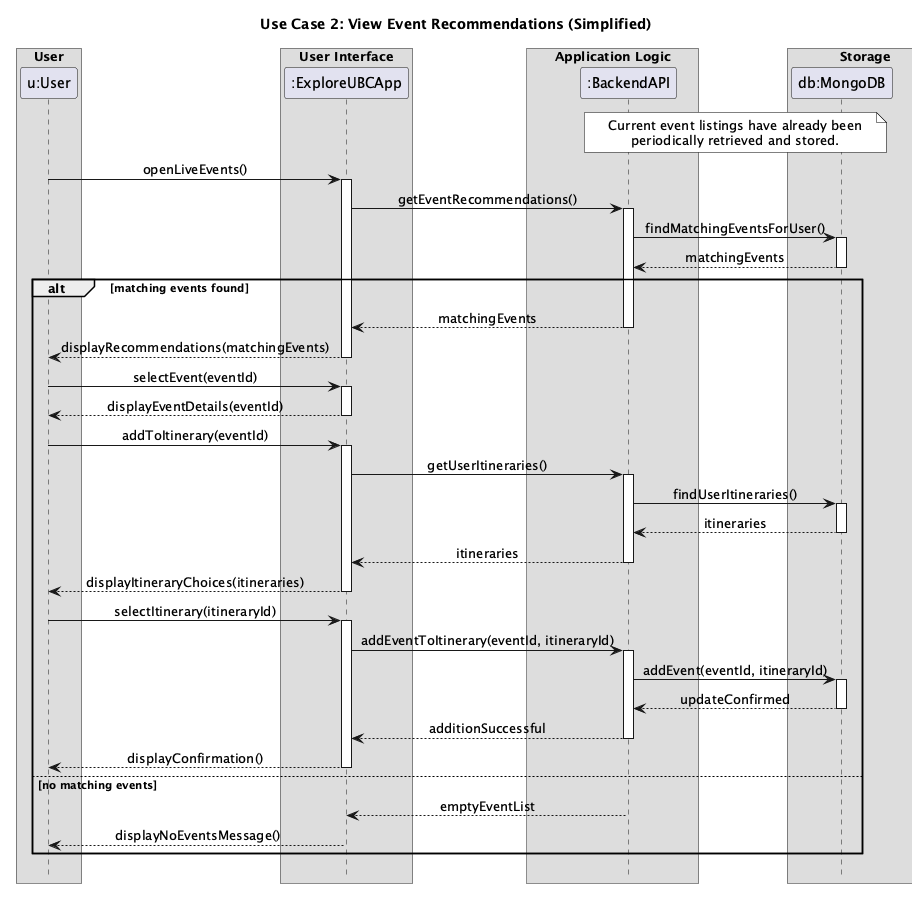
Above: documentation/images/view_events_simplified.png in islamhampriv/ExploreUBC (PlantUML), before the change.
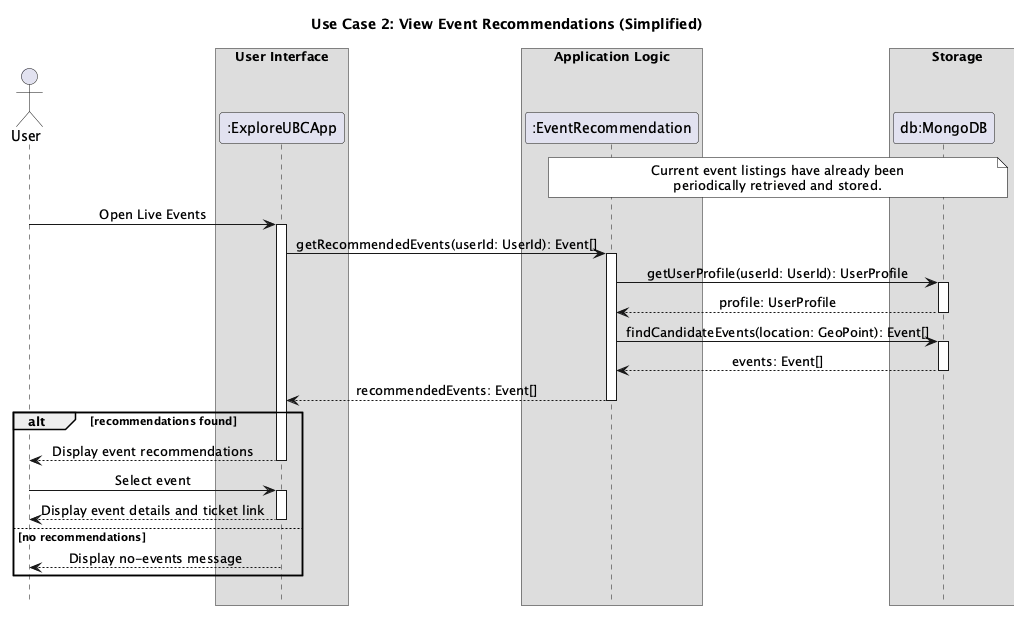
After the commit.

Commit message:
docs: update sequence diagram for event recommendation

Diff of the diagram source:
```diff
@@ -13,76 +13,53 @@
 skinparam NoteBorderColor black
 hide footbox
 
-box "User"
-participant "u:User" as User
-end box
+actor User
 
 box "User Interface"
 participant ":ExploreUBCApp" as App
 end box
 
 box "Application Logic"
-participant ":BackendAPI" as Backend
+participant ":EventRecommendation" as EventRecommendation
 end box
 
 box "Storage"
 participant "db:MongoDB" as DB
 end box
 
-note over Backend, DB
+note over EventRecommendation, DB
 Current event listings have already been
 periodically retrieved and stored.
 end note
 
-User -> App : openLiveEvents()
+User -> App : Open Live Events
 activate App
-App -> Backend : getEventRecommendations()
-activate Backend
-Backend -> DB : findMatchingEventsForUser()
+App -> EventRecommendation : getRecommendedEvents(userId: UserId): Event[]
+activate EventRecommendation
+
+EventRecommendation -> DB : getUserProfile(userId: UserId): UserProfile
 activate DB
-DB --> Backend : matchingEvents
+DB --> EventRecommendation : profile: UserProfile
 deactivate DB
 
-alt matching events found
-    Backend --> App : matchingEvents
-    deactivate Backend
-    App --> User : displayRecommendations(matchingEvents)
+EventRecommendation -> DB : findCandidateEvents(location: GeoPoint): Event[]
+activate DB
+DB --> EventRecommendation : events: Event[]
+deactivate DB
+
+EventRecommendation --> App : recommendedEvents: Event[]
+deactivate EventRecommendation
+
+alt recommendations found
+    App --> User : Display event recommendations
     deactivate App
 
-    User -> App : selectEvent(eventId)
+    User -> App : Select event
     activate App
-    App --> User : displayEventDetails(eventId)
+    App --> User : Display event details and ticket link
     deactivate App
-
-    User -> App : addToItinerary(eventId)
-    activate App
-    App -> Backend : getUserItineraries()
-    activate Backend
-    Backend -> DB : findUserItineraries()
-    activate DB
-    DB --> Backend : itineraries
-    deactivate DB
-    Backend --> App : itineraries
-    deactivate Backend
-    App --> User : displayItineraryChoices(itineraries)
-    deactivate App
-
-    User -> App : selectItinerary(itineraryId)
-    activate App
-    App -> Backend : addEventToItinerary(eventId, itineraryId)
-    activate Backend
-    Backend -> DB : addEvent(eventId, itineraryId)
-    activate DB
-    DB --> Backend : updateConfirmed
-    deactivate DB
-    Backend --> App : additionSuccessful
-    deactivate Backend
-    App --> User : displayConfirmation()
-    deactivate App
-else no matching events
-    Backend --> App : emptyEventList
-    deactivate Backend
-    App --> User : displayNoEventsMessage()
+else no recommendations
+    App --> User : Display no-events message
     deactivate App
 end
 
```
